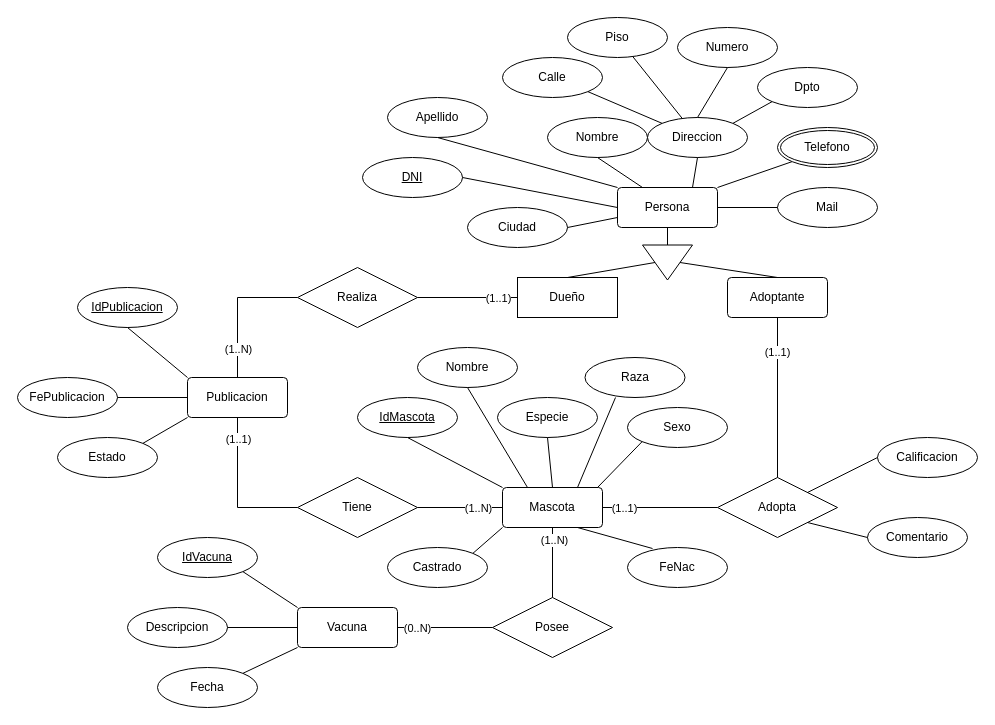
Miguelo2509/AdopcionDeMascotas keeps this draw.io diagram as MER/MER_AdopMascotas.drawio. Above is the earlier version. Source tidied: cells renumbered, new cells numbered last; positions are measured from the earlier drawing's top-left corner, leaving out a move shared by most shapes. Both pictures are drawn from the tidied source at 100%, with x=0, y=0 at pixel (17, 17).
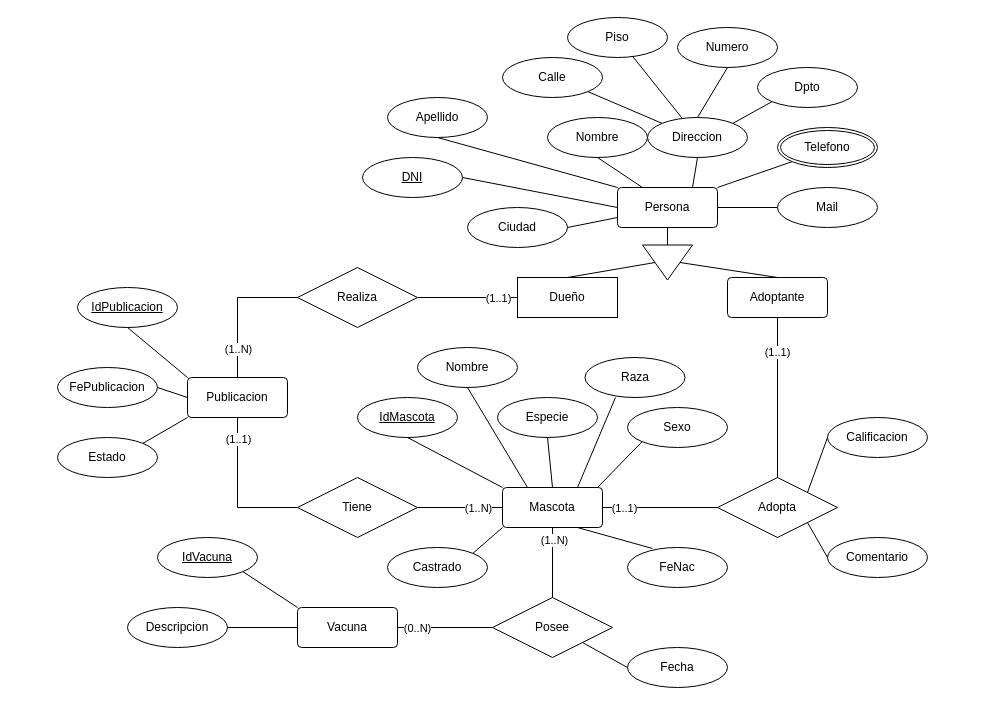
Above is the later version.

Commit message:
actualizar remoto

The change refers to these unchanged cells:
```xml
<mxCell id="64" value="Vacuna" style="rounded=1;arcSize=10;whiteSpace=wrap;html=1;align=center;" parent="1" vertex="1">
  <mxGeometry x="280" y="590" width="100" height="40" as="geometry" />
</mxCell>
<mxCell id="65" value="Posee" style="shape=rhombus;perimeter=rhombusPerimeter;whiteSpace=wrap;html=1;align=center;" parent="1" vertex="1">
  <mxGeometry x="475" y="580" width="120" height="60" as="geometry" />
</mxCell>
```

What changed in the source:
```diff
@@
     <mxCell id="57" value="FePublicacion" style="ellipse;whiteSpace=wrap;html=1;align=center;" parent="1" vertex="1">
-      <mxGeometry y="360" width="100" height="40" as="geometry" />
+      <mxGeometry x="40" y="350" width="100" height="40" as="geometry" />
     </mxCell>
@@
     <mxCell id="76" value="Fecha" style="ellipse;whiteSpace=wrap;html=1;align=center;" parent="1" vertex="1">
-      <mxGeometry x="140" y="650" width="100" height="40" as="geometry" />
+      <mxGeometry x="610" y="630" width="100" height="40" as="geometry" />
     </mxCell>
-    <mxCell id="77" style="endArrow=none;html=1;rounded=0;exitX=1;exitY=0;exitDx=0;exitDy=0;entryX=0;entryY=1;entryDx=0;entryDy=0;" parent="1" edge="1" source="76" target="64">
+    <mxCell id="77" style="endArrow=none;html=1;rounded=0;exitX=0;exitY=0.5;exitDx=0;exitDy=0;entryX=1;entryY=1;entryDx=0;entryDy=0;" parent="1" edge="1" source="76" target="65">
       <mxGeometry relative="1" as="geometry" />
     </mxCell>
@@
     <mxCell id="80" value="Comentario" style="ellipse;whiteSpace=wrap;html=1;align=center;" parent="1" vertex="1">
-      <mxGeometry x="850" y="500" width="100" height="40" as="geometry" />
+      <mxGeometry x="810" y="520" width="100" height="40" as="geometry" />
     </mxCell>
@@
     <mxCell id="82" value="Calificacion" style="ellipse;whiteSpace=wrap;html=1;align=center;" parent="1" vertex="1">
-      <mxGeometry x="860" y="420" width="100" height="40" as="geometry" />
+      <mxGeometry x="810" y="400" width="100" height="40" as="geometry" />
     </mxCell>
```
